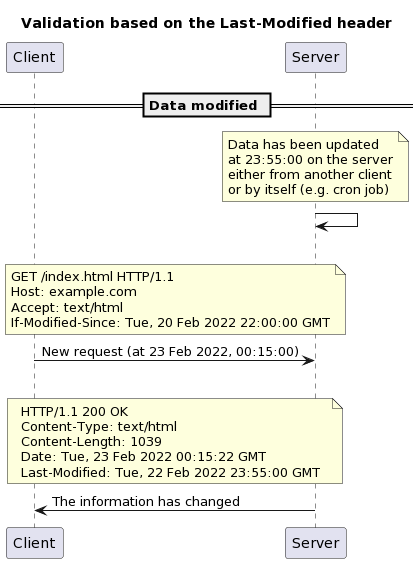
This is 23-caching-and-performance/images/validation-model-based-on-the-last-modified-header-part-3.png from heig-vd-dai-course/heig-vd-dai-course, a PlantUML export, as it was before one commit. The source it was exported from:
```plantuml
@startuml
title "Validation based on the Last-Modified header"

participant Client
participant Server

== Data modified ==

note over of Server
Data has been updated
at 23:55:00 on the server
either from another client
or by itself (e.g. cron job)
end note

Server -> Server

|||

note over Client, Server
GET /index.html HTTP/1.1
Host: example.com
Accept: text/html
If-Modified-Since: Tue, 20 Feb 2022 22:00:00 GMT
end note
Client -> Server: New request (at 23 Feb 2022, 00:15:00)

|||

note over Client, Server
HTTP/1.1 200 OK
Content-Type: text/html
Content-Length: 1039
Date: Tue, 23 Feb 2022 00:15:22 GMT
Last-Modified: Tue, 22 Feb 2022 23:55:00 GMT
end note
Server -> Client: The information has changed
@enduml
```
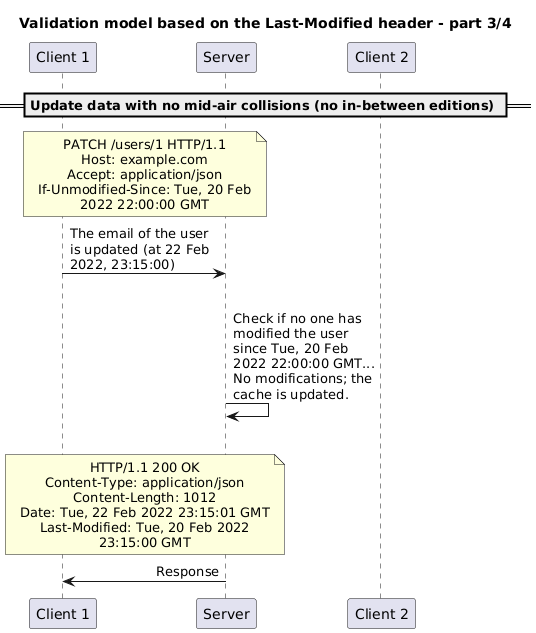
Above is the later version.

Diff of the diagram source:
```diff
@@ -1,38 +1,38 @@
 @startuml
-title "Validation based on the Last-Modified header"
+skinparam boxPadding 100
+skinparam maxMessageSize 150
+skinparam noteTextAlignment center
+skinparam sequenceMessageAlign direction
+skinparam wrapWidth 250
 
-participant Client
-participant Server
+title "Validation model based on the Last-Modified header - part 3/4"
 
-== Data modified ==
+participant "Client 1" as client1
+participant "Server" as server
+participant "Client 2" as client2
 
-note over of Server
-Data has been updated
-at 23:55:00 on the server
-either from another client
-or by itself (e.g. cron job)
+== Update data with no mid-air collisions (no in-between editions) ==
+
+note over client1, server
+PATCH /users/1 HTTP/1.1
+Host: example.com
+Accept: application/json
+If-Unmodified-Since: Tue, 20 Feb 2022 22:00:00 GMT
 end note
-
-Server -> Server
+client1 -> server: The email of the user is updated (at 22 Feb 2022, 23:15:00)
 
 |||
 
-note over Client, Server
-GET /index.html HTTP/1.1
-Host: example.com
-Accept: text/html
-If-Modified-Since: Tue, 20 Feb 2022 22:00:00 GMT
-end note
-Client -> Server: New request (at 23 Feb 2022, 00:15:00)
+server -> server: Check if no one has modified the user since Tue, 20 Feb 2022 22:00:00 GMT...\nNo modifications; the cache is updated.
 
 |||
 
-note over Client, Server
+note over client1, server
 HTTP/1.1 200 OK
-Content-Type: text/html
-Content-Length: 1039
-Date: Tue, 23 Feb 2022 00:15:22 GMT
-Last-Modified: Tue, 22 Feb 2022 23:55:00 GMT
+Content-Type: application/json
+Content-Length: 1012
+Date: Tue, 22 Feb 2022 23:15:01 GMT
+Last-Modified: Tue, 20 Feb 2022 23:15:00 GMT
 end note
-Server -> Client: The information has changed
+server -> client1: Response
 @enduml
```
